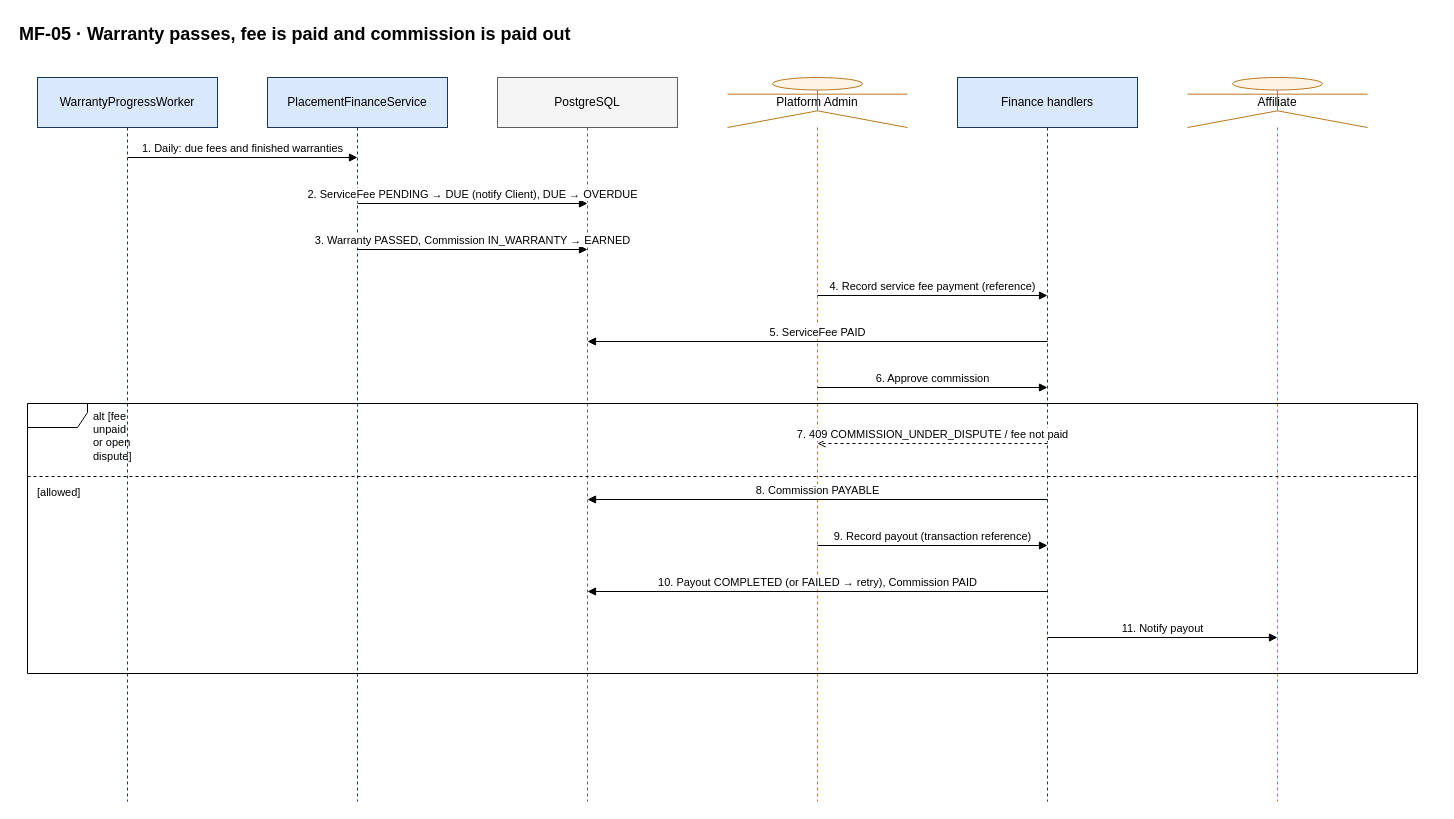
The draw.io diagram docs/diagrams/sequences/source/seq-mf05-warranty-fee-commission.drawio in hoangqui794/hr-connect, before the edit. Source tidied: cells renumbered, new cells numbered last; positions are measured from the earlier drawing's top-left corner, leaving out a move shared by most shapes. Both pictures are drawn from the tidied source at 100%, with x=0, y=0 at pixel (17, 17).
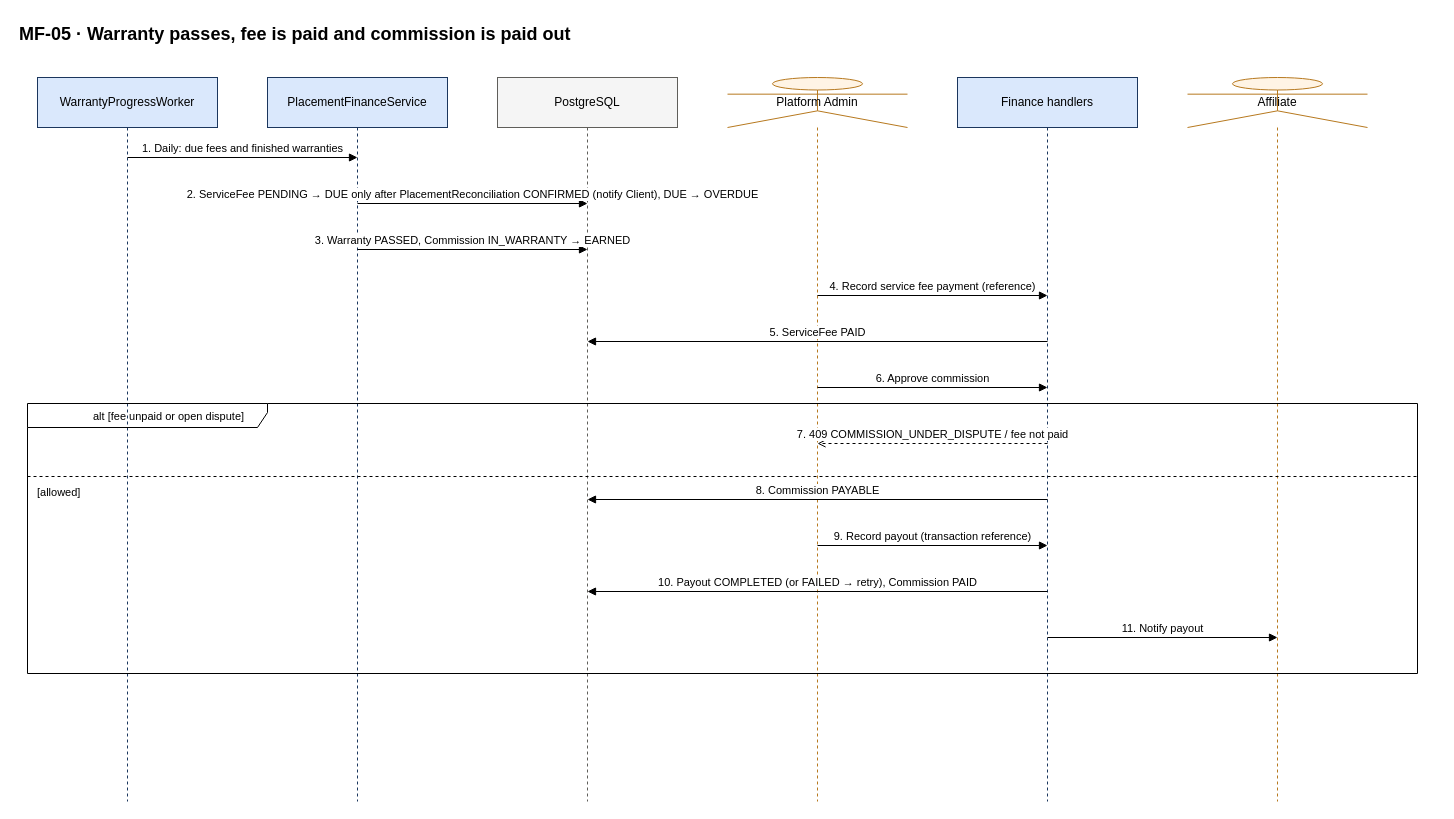
Above is the later version.

The edit, as a diff of the source:
```diff
@@
-    <mxCell id="10" value="2. ServiceFee PENDING → DUE (notify Client), DUE → OVERDUE" style="html=1;verticalAlign=bottom;endArrow=block;endFill=1;fontSize=11;labelBackgroundColor=#FFFFFF;" parent="1" edge="1">
+    <mxCell id="10" value="2. ServiceFee PENDING → DUE only after PlacementReconciliation CONFIRMED (notify Client), DUE → OVERDUE" style="html=1;verticalAlign=bottom;endArrow=block;endFill=1;fontSize=11;labelBackgroundColor=#FFFFFF;" parent="1" edge="1">
       <mxGeometry relative="1" as="geometry">
         <mxPoint x="340" y="186" as="sourcePoint" />
         <mxPoint x="570" y="186" as="targetPoint" />
       </mxGeometry>
     </mxCell>
@@
-    <mxCell id="20" value="alt [fee unpaid or open dispute]" style="shape=umlFrame;whiteSpace=wrap;html=1;width=60;height=24;boundedLbl=1;verticalAlign=top;align=left;spacingLeft=64;fontSize=11;fillColor=none;" parent="1" vertex="1">
+    <mxCell id="20" value="alt [fee unpaid or open dispute]" style="shape=umlFrame;whiteSpace=wrap;html=1;width=240;height=24;boundedLbl=1;verticalAlign=top;align=left;spacingLeft=64;fontSize=11;fillColor=none;" parent="1" vertex="1">
       <mxGeometry x="10" y="386" width="1390" height="270" as="geometry" />
     </mxCell>
```
